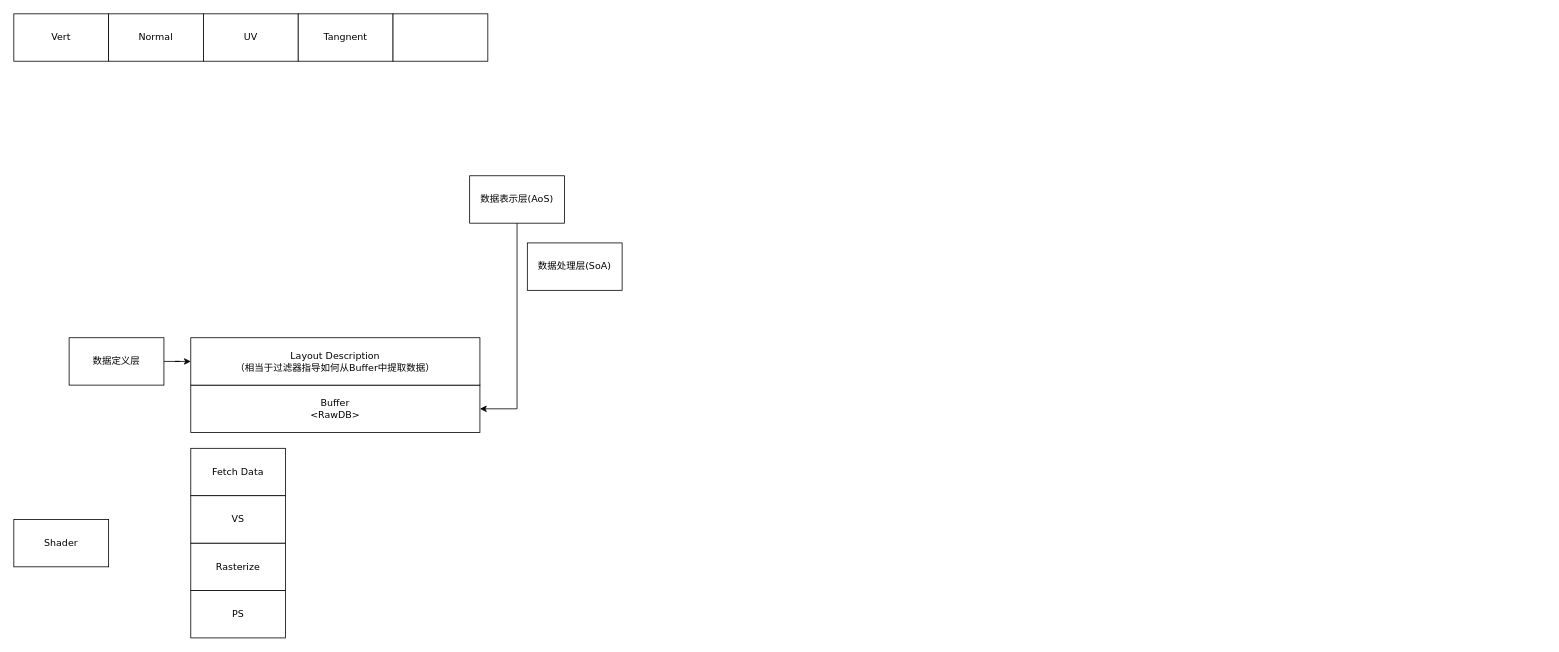
KVM-Explorer/Forge-SR keeps this draw.io diagram as doc/Forege-SR.drawio. Above is the earlier version. Source tidied: cells renumbered, new cells numbered last; positions are measured from the earlier drawing's top-left corner, leaving out a move shared by most shapes. Both pictures are drawn from the tidied source at 79%, with x=0, y=0 at pixel (13, 13).
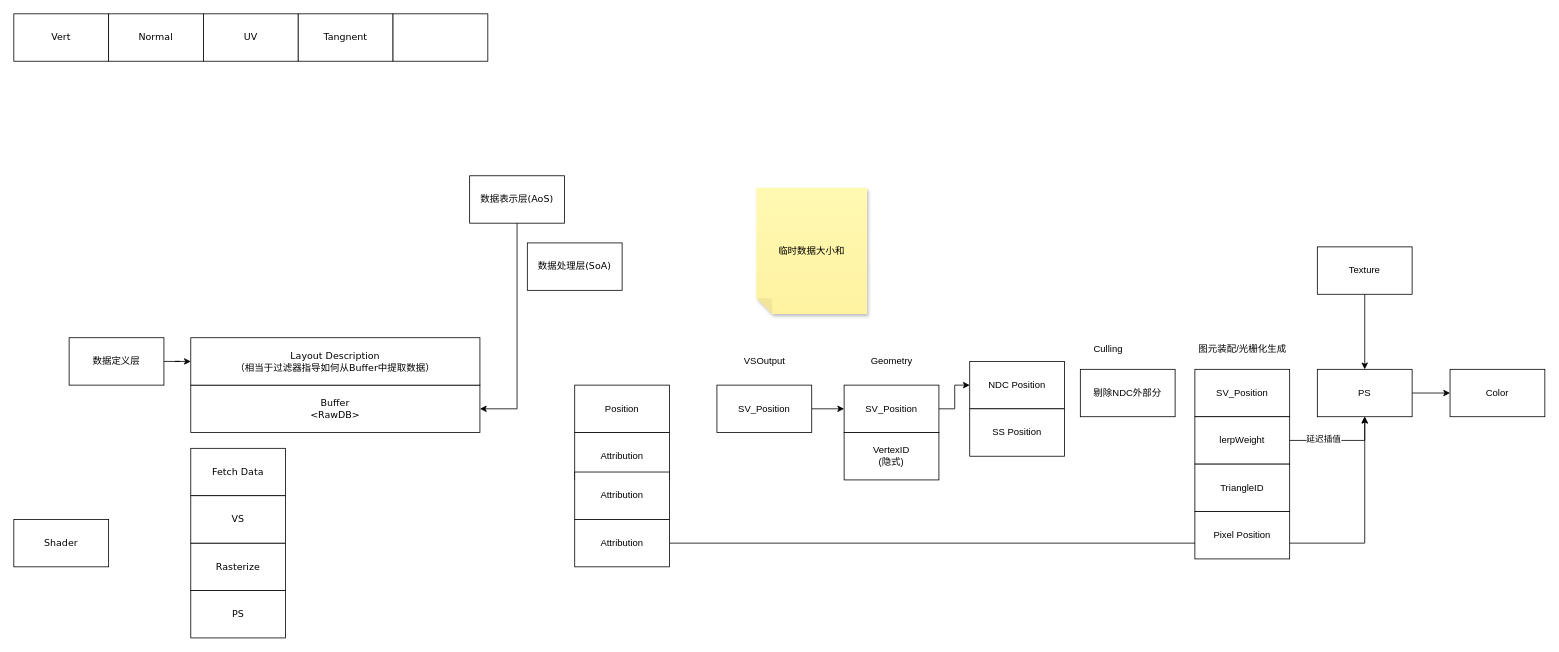
Above is the later version.

What changed in the source:
```diff
@@
+    <mxCell id="19" style="edgeStyle=orthogonalEdgeStyle;rounded=0;jettySize=auto;html=1;" parent="1" edge="1" source="20" target="22">
+      <mxGeometry relative="1" as="geometry" />
+    </mxCell>
+    <mxCell id="20" value="SV_Position" style="whiteSpace=wrap;html=1;" parent="1" vertex="1">
+      <mxGeometry x="890" y="470" width="120" height="60" as="geometry" />
+    </mxCell>
+    <mxCell id="21" style="edgeStyle=orthogonalEdgeStyle;rounded=0;jettySize=auto;html=1;" parent="1" edge="1" source="22" target="30">
+      <mxGeometry relative="1" as="geometry" />
+    </mxCell>
+    <mxCell id="22" value="SV_Position" style="whiteSpace=wrap;html=1;" parent="1" vertex="1">
+      <mxGeometry x="1051" y="470" width="120" height="60" as="geometry" />
+    </mxCell>
+    <mxCell id="23" value="VSOutput" style="text;html=1;align=center;verticalAlign=middle;strokeColor=none;fillColor=none;" parent="1" vertex="1">
+      <mxGeometry x="910" y="425" width="80" height="30" as="geometry" />
+    </mxCell>
+    <mxCell id="24" value="Geometry" style="text;html=1;align=center;verticalAlign=middle;strokeColor=none;fillColor=none;" parent="1" vertex="1">
+      <mxGeometry x="1071" y="425" width="80" height="30" as="geometry" />
+    </mxCell>
+    <mxCell id="25" value="Position" style="whiteSpace=wrap;html=1;" parent="1" vertex="1">
+      <mxGeometry x="710" y="470" width="120" height="60" as="geometry" />
+    </mxCell>
+    <mxCell id="26" value="Attribution" style="whiteSpace=wrap;html=1;" parent="1" vertex="1">
+      <mxGeometry x="710" y="530" width="120" height="60" as="geometry" />
+    </mxCell>
+    <mxCell id="27" value="Attribution" style="whiteSpace=wrap;html=1;" parent="1" vertex="1">
+      <mxGeometry x="710" y="580" width="120" height="60" as="geometry" />
+    </mxCell>
+    <mxCell id="28" style="edgeStyle=orthogonalEdgeStyle;rounded=0;jettySize=auto;html=1;entryX=0.5;entryY=1;entryDx=0;entryDy=0;" parent="1" edge="1" source="29" target="37">
+      <mxGeometry relative="1" as="geometry" />
+    </mxCell>
+    <mxCell id="29" value="Attribution" style="whiteSpace=wrap;html=1;" parent="1" vertex="1">
+      <mxGeometry x="710" y="640" width="120" height="60" as="geometry" />
+    </mxCell>
+    <mxCell id="30" value="NDC Position" style="whiteSpace=wrap;html=1;" parent="1" vertex="1">
+      <mxGeometry x="1210" y="440" width="120" height="60" as="geometry" />
+    </mxCell>
+    <mxCell id="31" value="SS Position" style="whiteSpace=wrap;html=1;" parent="1" vertex="1">
+      <mxGeometry x="1210" y="500" width="120" height="60" as="geometry" />
+    </mxCell>
+    <mxCell id="32" value="图元装配/光栅化生成" style="text;html=1;align=center;verticalAlign=middle;strokeColor=none;fillColor=none;" parent="1" vertex="1">
+      <mxGeometry x="1490" y="410" width="130" height="30" as="geometry" />
+    </mxCell>
+    <mxCell id="33" value="Culling" style="text;html=1;align=center;verticalAlign=middle;strokeColor=none;fillColor=none;" parent="1" vertex="1">
+      <mxGeometry x="1355" y="410" width="60" height="30" as="geometry" />
+    </mxCell>
+    <mxCell id="34" value="剔除NDC外部分" style="whiteSpace=wrap;html=1;" parent="1" vertex="1">
+      <mxGeometry x="1350" y="450" width="120" height="60" as="geometry" />
+    </mxCell>
+    <mxCell id="35" value="Color" style="whiteSpace=wrap;html=1;" parent="1" vertex="1">
+      <mxGeometry x="1818" y="450" width="120" height="60" as="geometry" />
+    </mxCell>
+    <mxCell id="36" style="edgeStyle=orthogonalEdgeStyle;rounded=0;jettySize=auto;html=1;" parent="1" edge="1" source="37" target="35">
+      <mxGeometry relative="1" as="geometry" />
+    </mxCell>
+    <mxCell id="37" value="PS" style="whiteSpace=wrap;html=1;" parent="1" vertex="1">
+      <mxGeometry x="1650" y="450" width="120" height="60" as="geometry" />
+    </mxCell>
+    <mxCell id="38" style="group;" parent="1" vertex="1">
+      <mxGeometry x="1495" y="450" width="120" height="180" as="geometry" />
+    </mxCell>
+    <mxCell id="39" value="SV_Position" style="whiteSpace=wrap;html=1;" parent="38" vertex="1">
+      <mxGeometry width="120" height="60" as="geometry" />
+    </mxCell>
+    <mxCell id="40" value="lerpWeight" style="whiteSpace=wrap;html=1;" parent="38" vertex="1">
+      <mxGeometry y="60" width="120" height="60" as="geometry" />
+    </mxCell>
+    <mxCell id="41" value="TriangleID" style="whiteSpace=wrap;html=1;" parent="38" vertex="1">
+      <mxGeometry y="120" width="120" height="60" as="geometry" />
+    </mxCell>
+    <mxCell id="42" style="edgeStyle=orthogonalEdgeStyle;rounded=0;jettySize=auto;html=1;entryX=0.5;entryY=1;entryDx=0;entryDy=0;" parent="1" edge="1" source="40" target="37">
+      <mxGeometry relative="1" as="geometry" />
+    </mxCell>
+    <mxCell id="43" value="延迟插值" style="edgeLabel;html=1;align=center;verticalAlign=middle;" parent="42" vertex="1">
+      <mxGeometry x="-0.33" y="2" relative="1" as="geometry" />
+    </mxCell>
+    <mxCell id="44" style="edgeStyle=orthogonalEdgeStyle;rounded=0;jettySize=auto;html=1;" parent="1" edge="1" source="45" target="37">
+      <mxGeometry relative="1" as="geometry" />
+    </mxCell>
+    <mxCell id="45" value="Texture" style="whiteSpace=wrap;html=1;" parent="1" vertex="1">
+      <mxGeometry x="1650" y="295" width="120" height="60" as="geometry" />
+    </mxCell>
+    <mxCell id="46" value="VertexID&lt;div&gt;(隐式)&lt;/div&gt;" style="whiteSpace=wrap;html=1;" parent="1" vertex="1">
+      <mxGeometry x="1051" y="530" width="120" height="60" as="geometry" />
+    </mxCell>
+    <mxCell id="47" value="Pixel Position" style="whiteSpace=wrap;html=1;" parent="1" vertex="1">
+      <mxGeometry x="1495" y="630" width="120" height="60" as="geometry" />
+    </mxCell>
+    <mxCell id="48" value="临时数据大小和" style="shape=note;whiteSpace=wrap;html=1;backgroundOutline=1;fontColor=#000000;darkOpacity=0.05;fillColor=#FFF9B2;strokeColor=none;fillStyle=solid;direction=west;gradientDirection=north;gradientColor=#FFF2A1;shadow=1;size=20;" parent="1" vertex="1">
+      <mxGeometry x="940" y="220" width="140" height="160" as="geometry" />
+    </mxCell>
```
